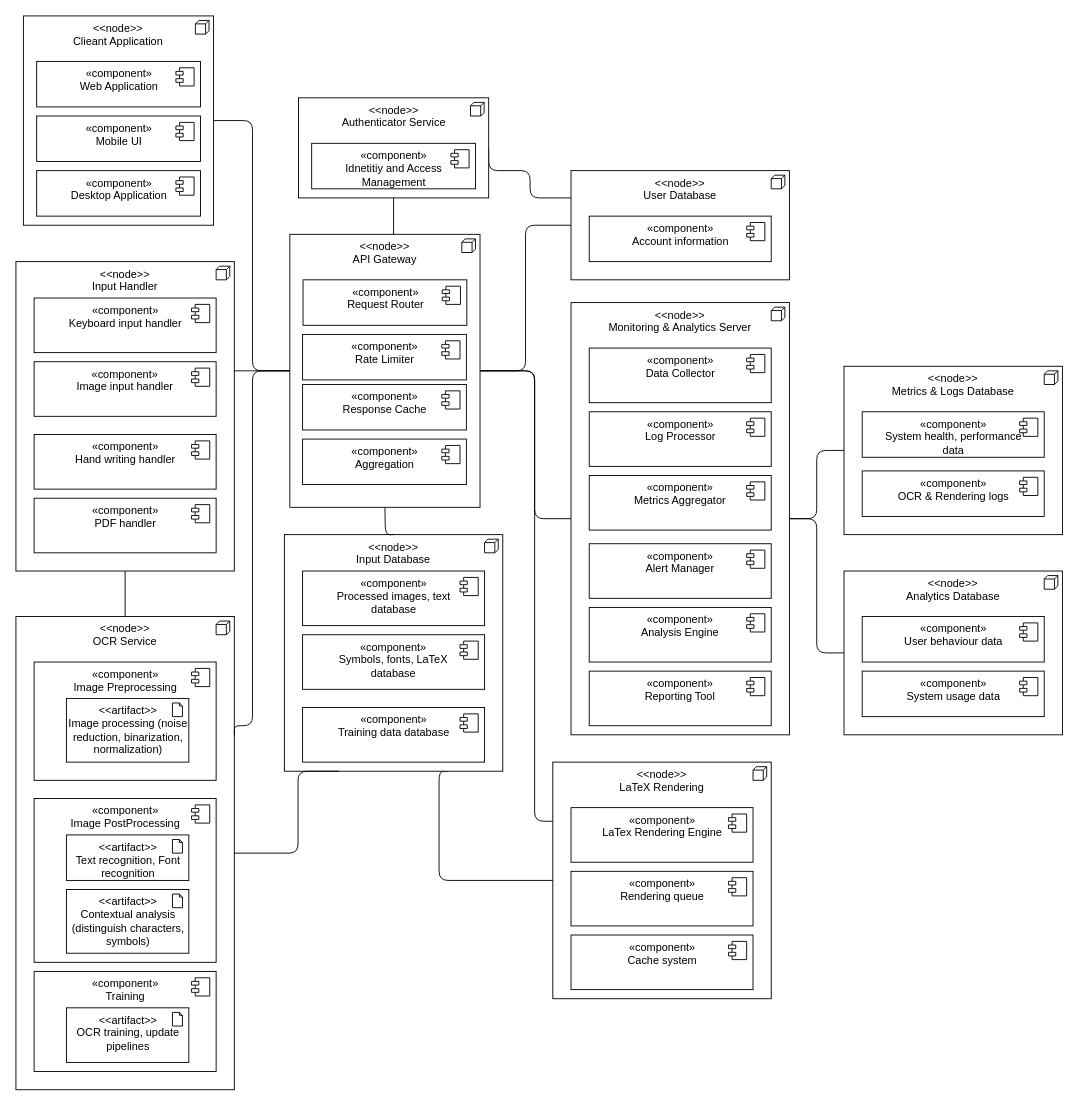
Earlier version of the draw.io diagram lecture_materials/lab_assignment_1/can/deployment_diagram.drawio (aleCombi/SoftwareArchitecture). Source tidied: cells renumbered, new cells numbered last; positions are measured from the earlier drawing's top-left corner, leaving out a move shared by most shapes. Both pictures are drawn from the tidied source at 91%, with x=0, y=0 at pixel (15, 15).
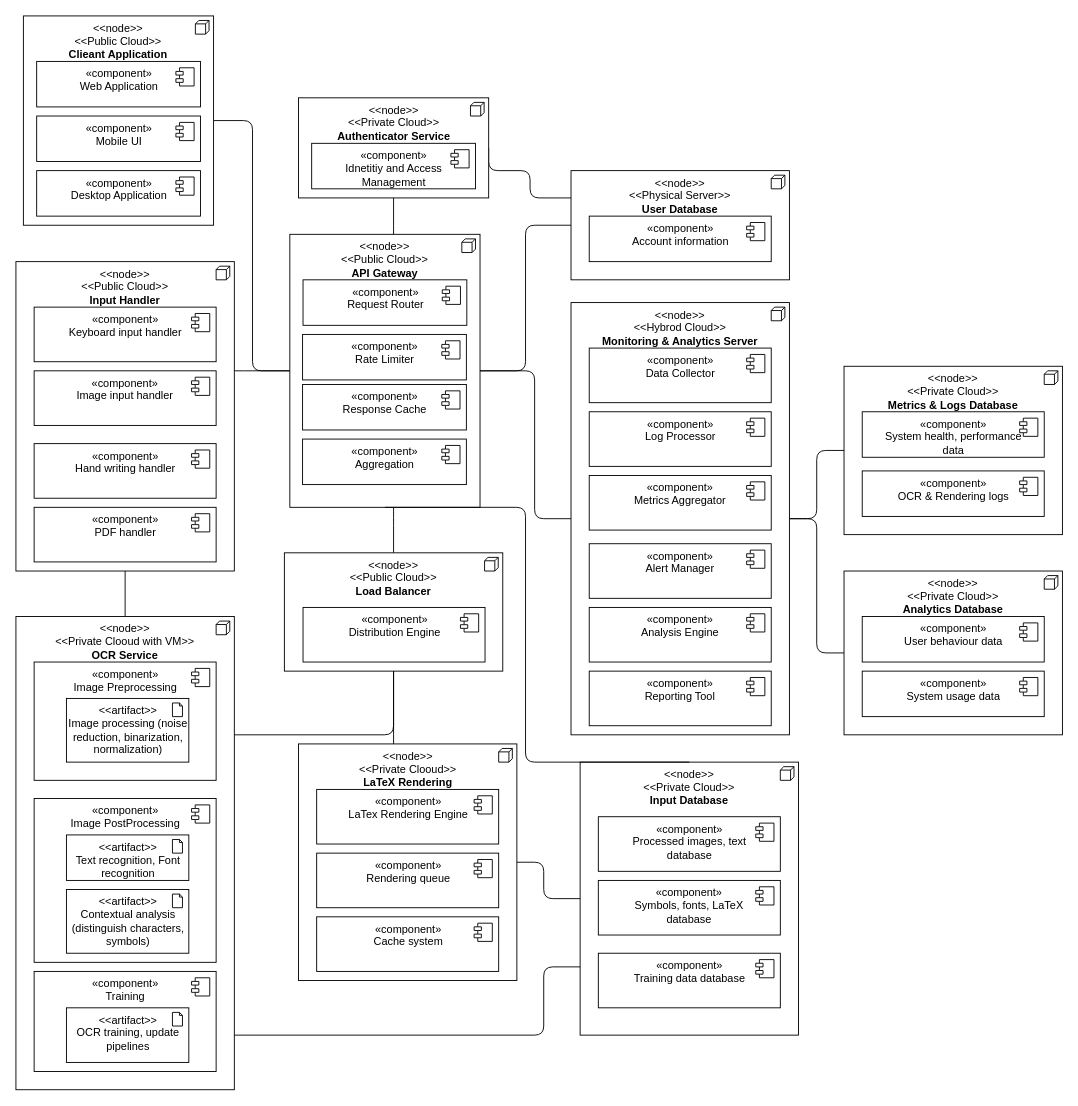
The same page after the edit.

Commit message (it also covers changes not shown here):
Updated lab assignment - diagrams (checkpoint)

Diff of the diagram source:
```diff
@@
-    <mxCell id="3" value="&amp;lt;&amp;lt;node&amp;gt;&amp;gt;&lt;br&gt;Clieant Application" style="html=1;outlineConnect=0;whiteSpace=wrap;shape=mxgraph.archimate.application;appType=node;align=center;verticalAlign=top;" parent="1" vertex="1">
+    <mxCell id="3" value="&amp;lt;&amp;lt;node&amp;gt;&amp;gt;&lt;br&gt;&amp;lt;&amp;lt;Public Cloud&amp;gt;&amp;gt;&lt;br&gt;&lt;b&gt;Clieant Application&lt;/b&gt;" style="html=1;outlineConnect=0;whiteSpace=wrap;shape=mxgraph.archimate.application;appType=node;align=center;verticalAlign=top;" parent="1" vertex="1">
       <mxGeometry x="8.2" width="209" height="230" as="geometry" />
     </mxCell>
@@
-    <mxCell id="8" value="&amp;lt;&amp;lt;node&amp;gt;&amp;gt;&lt;br&gt;OCR Service" style="html=1;outlineConnect=0;whiteSpace=wrap;shape=mxgraph.archimate.application;appType=node;align=center;verticalAlign=top;" parent="1" vertex="1">
+    <mxCell id="8" value="&amp;lt;&amp;lt;node&amp;gt;&amp;gt;&lt;br&gt;&amp;lt;&amp;lt;Private Clooud with VM&amp;gt;&amp;gt;&lt;br&gt;&lt;b&gt;OCR Service&lt;/b&gt;" style="html=1;outlineConnect=0;whiteSpace=wrap;shape=mxgraph.archimate.application;appType=node;align=center;verticalAlign=top;" parent="1" vertex="1">
       <mxGeometry y="660" width="240" height="520" as="geometry" />
     </mxCell>
@@
-    <mxCell id="13" style="edgeStyle=orthogonalEdgeStyle;html=1;exitX=0;exitY=0.5;exitDx=0;exitDy=0;exitPerimeter=0;endArrow=none;endFill=0;entryX=1;entryY=0.25;entryDx=0;entryDy=0;entryPerimeter=0;" parent="1" edge="1" source="15" target="8">
-      <mxGeometry relative="1" as="geometry">
-        <Array as="points">
-          <mxPoint x="260" y="390" />
-          <mxPoint x="260" y="780" />
-          <mxPoint x="240" y="780" />
-        </Array>
-      </mxGeometry>
-    </mxCell>
-    <mxCell id="14" style="edgeStyle=orthogonalEdgeStyle;html=1;entryX=0;entryY=0.25;entryDx=0;entryDy=0;entryPerimeter=0;endArrow=none;endFill=0;" parent="1" edge="1" source="15" target="32">
-      <mxGeometry relative="1" as="geometry">
-        <Array as="points">
-          <mxPoint x="570" y="390" />
-          <mxPoint x="570" y="885" />
-        </Array>
-      </mxGeometry>
-    </mxCell>
+    <mxCell id="95" style="edgeStyle=orthogonalEdgeStyle;html=1;endArrow=none;endFill=0;" parent="1" edge="1" source="15" target="97">
+      <mxGeometry relative="1" as="geometry">
+        <Array as="points">
+          <mxPoint x="415" y="550" />
+          <mxPoint x="415" y="550" />
+        </Array>
+      </mxGeometry>
+    </mxCell>
-    <mxCell id="15" value="&amp;lt;&amp;lt;node&amp;gt;&amp;gt;&lt;br&gt;API Gateway" style="html=1;outlineConnect=0;whiteSpace=wrap;shape=mxgraph.archimate.application;appType=node;align=center;verticalAlign=top;" parent="1" vertex="1">
+    <mxCell id="15" value="&amp;lt;&amp;lt;node&amp;gt;&amp;gt;&lt;br&gt;&amp;lt;&amp;lt;Public Cloud&amp;gt;&amp;gt;&lt;br&gt;&lt;b&gt;API Gateway&lt;/b&gt;" style="html=1;outlineConnect=0;whiteSpace=wrap;shape=mxgraph.archimate.application;appType=node;align=center;verticalAlign=top;" parent="1" vertex="1">
       <mxGeometry x="301" y="240" width="209" height="300" as="geometry" />
     </mxCell>
@@
-    <mxCell id="32" value="&amp;lt;&amp;lt;node&amp;gt;&amp;gt;&lt;br&gt;LaTeX Rendering" style="html=1;outlineConnect=0;whiteSpace=wrap;shape=mxgraph.archimate.application;appType=node;align=center;verticalAlign=top;" parent="1" vertex="1">
-      <mxGeometry x="590" y="820" width="240" height="260" as="geometry" />
+    <mxCell id="32" value="&amp;lt;&amp;lt;node&amp;gt;&amp;gt;&lt;br&gt;&amp;lt;&amp;lt;Private Clooud&amp;gt;&amp;gt;&lt;br style=&quot;border-color: var(--border-color);&quot;&gt;&lt;b&gt;LaTeX Rendering&lt;/b&gt;" style="html=1;outlineConnect=0;whiteSpace=wrap;shape=mxgraph.archimate.application;appType=node;align=center;verticalAlign=top;" parent="1" vertex="1">
+      <mxGeometry x="310.5" y="800" width="240" height="260" as="geometry" />
     </mxCell>
     <mxCell id="33" value="«c&lt;span style=&quot;border-color: var(--border-color);&quot;&gt;omponent&lt;/span&gt;»&lt;br&gt;LaTex Rendering Engine" style="html=1;verticalAlign=top;" parent="1" vertex="1">
-      <mxGeometry x="610" y="870" width="200" height="60" as="geometry" />
+      <mxGeometry x="330.5" y="850" width="200" height="60" as="geometry" />
     </mxCell>
@@
     <mxCell id="35" value="«c&lt;span style=&quot;border-color: var(--border-color);&quot;&gt;omponent&lt;/span&gt;»&lt;br&gt;Rendering queue" style="html=1;verticalAlign=top;" parent="1" vertex="1">
-      <mxGeometry x="610" y="940" width="200" height="60" as="geometry" />
+      <mxGeometry x="330.5" y="920" width="200" height="60" as="geometry" />
     </mxCell>
@@
     <mxCell id="37" value="«c&lt;span style=&quot;border-color: var(--border-color);&quot;&gt;omponent&lt;/span&gt;»&lt;br&gt;Cache system" style="html=1;verticalAlign=top;" parent="1" vertex="1">
-      <mxGeometry x="610" y="1010" width="200" height="60" as="geometry" />
+      <mxGeometry x="330.5" y="990" width="200" height="60" as="geometry" />
     </mxCell>
@@
-    <mxCell id="40" value="&amp;lt;&amp;lt;node&amp;gt;&amp;gt;&lt;br&gt;User Database" style="html=1;outlineConnect=0;whiteSpace=wrap;shape=mxgraph.archimate.application;appType=node;align=center;verticalAlign=top;" parent="1" vertex="1">
+    <mxCell id="40" value="&amp;lt;&amp;lt;node&amp;gt;&amp;gt;&lt;br&gt;&amp;lt;&amp;lt;Physical Server&amp;gt;&amp;gt;&lt;br style=&quot;border-color: var(--border-color);&quot;&gt;&lt;b&gt;User Database&lt;/b&gt;" style="html=1;outlineConnect=0;whiteSpace=wrap;shape=mxgraph.archimate.application;appType=node;align=center;verticalAlign=top;" parent="1" vertex="1">
       <mxGeometry x="610" y="170" width="240" height="120" as="geometry" />
     </mxCell>
@@
-    <mxCell id="43" style="edgeStyle=orthogonalEdgeStyle;html=1;endArrow=none;endFill=0;entryX=0;entryY=0.5;entryDx=0;entryDy=0;entryPerimeter=0;exitX=0.75;exitY=1;exitDx=0;exitDy=0;exitPerimeter=0;" parent="1" edge="1" source="44" target="32">
-      <mxGeometry relative="1" as="geometry">
-        <Array as="points">
-          <mxPoint x="465" y="950" />
-        </Array>
-      </mxGeometry>
-    </mxCell>
-    <mxCell id="44" value="&amp;lt;&amp;lt;node&amp;gt;&amp;gt;&lt;br&gt;Input Database" style="html=1;outlineConnect=0;whiteSpace=wrap;shape=mxgraph.archimate.application;appType=node;align=center;verticalAlign=top;" parent="1" vertex="1">
-      <mxGeometry x="295" y="570" width="240" height="260" as="geometry" />
+    <mxCell id="44" value="&amp;lt;&amp;lt;node&amp;gt;&amp;gt;&lt;br&gt;&amp;lt;&amp;lt;Private Cloud&amp;gt;&amp;gt;&lt;br&gt;&lt;b&gt;Input Database&lt;/b&gt;" style="html=1;outlineConnect=0;whiteSpace=wrap;shape=mxgraph.archimate.application;appType=node;align=center;verticalAlign=top;" parent="1" vertex="1">
+      <mxGeometry x="620" y="820" width="240" height="300" as="geometry" />
     </mxCell>
     <mxCell id="45" value="«c&lt;span style=&quot;border-color: var(--border-color);&quot;&gt;omponent&lt;/span&gt;»&lt;br&gt;Processed images, text &lt;br&gt;database" style="html=1;verticalAlign=top;" parent="1" vertex="1">
-      <mxGeometry x="315" y="610" width="200" height="60" as="geometry" />
+      <mxGeometry x="640" y="880" width="200" height="60" as="geometry" />
     </mxCell>
@@
     <mxCell id="47" value="«c&lt;span style=&quot;border-color: var(--border-color);&quot;&gt;omponent&lt;/span&gt;»&lt;br&gt;Training data database" style="html=1;verticalAlign=top;" parent="1" vertex="1">
-      <mxGeometry x="315" y="760" width="200" height="60" as="geometry" />
+      <mxGeometry x="640" y="1030" width="200" height="60" as="geometry" />
     </mxCell>
@@
     <mxCell id="49" value="«c&lt;span style=&quot;border-color: var(--border-color);&quot;&gt;omponent&lt;/span&gt;»&lt;br&gt;Symbols, fonts, LaTeX &lt;br&gt;database" style="html=1;verticalAlign=top;whiteSpace=wrap;" parent="1" vertex="1">
-      <mxGeometry x="315" y="680" width="200" height="60" as="geometry" />
+      <mxGeometry x="640" y="950" width="200" height="60" as="geometry" />
     </mxCell>
@@
     <mxCell id="51" style="edgeStyle=elbowEdgeStyle;html=1;entryX=0.5;entryY=0;entryDx=0;entryDy=0;entryPerimeter=0;endArrow=none;endFill=0;exitX=0.5;exitY=1;exitDx=0;exitDy=0;exitPerimeter=0;" parent="1" edge="1" source="15" target="44">
       <mxGeometry relative="1" as="geometry">
         <Array as="points">
+          <mxPoint x="560" y="560" />
+          <mxPoint x="570" y="780" />
+          <mxPoint x="560" y="820" />
+          <mxPoint x="650" y="840" />
+          <mxPoint x="570" y="840" />
           <mxPoint x="406" y="710" />
           <mxPoint x="450" y="730" />
           <mxPoint x="348" y="750" />
           <mxPoint x="488" y="700" />
           <mxPoint x="418" y="680" />
         </Array>
       </mxGeometry>
     </mxCell>
-    <mxCell id="52" style="edgeStyle=elbowEdgeStyle;html=1;entryX=0.25;entryY=1;entryDx=0;entryDy=0;entryPerimeter=0;endArrow=none;endFill=0;exitX=1;exitY=0.5;exitDx=0;exitDy=0;exitPerimeter=0;" parent="1" edge="1" source="8" target="44">
+    <mxCell id="52" style="edgeStyle=elbowEdgeStyle;html=1;entryX=0;entryY=0.75;entryDx=0;entryDy=0;entryPerimeter=0;endArrow=none;endFill=0;" parent="1" edge="1" source="8" target="44">
       <mxGeometry relative="1" as="geometry">
         <Array as="points">
+          <mxPoint x="580" y="1120" />
+          <mxPoint x="570" y="1120" />
+          <mxPoint x="570" y="1150" />
+          <mxPoint x="540" y="1130" />
+          <mxPoint x="450" y="1170" />
+          <mxPoint x="650" y="1360" />
           <mxPoint x="310" y="930" />
           <mxPoint x="260" y="880" />
           <mxPoint x="240" y="710" />
           <mxPoint x="416" y="720" />
           <mxPoint x="460" y="740" />
           <mxPoint x="358" y="760" />
           <mxPoint x="498" y="710" />
           <mxPoint x="428" y="690" />
         </Array>
       </mxGeometry>
     </mxCell>
@@
-    <mxCell id="54" value="&amp;lt;&amp;lt;node&amp;gt;&amp;gt;&lt;br&gt;Authenticator Service" style="html=1;outlineConnect=0;whiteSpace=wrap;shape=mxgraph.archimate.application;appType=node;align=center;verticalAlign=top;" parent="1" vertex="1">
+    <mxCell id="54" value="&amp;lt;&amp;lt;node&amp;gt;&amp;gt;&lt;br&gt;&amp;lt;&amp;lt;Private Cloud&amp;gt;&amp;gt;&lt;br&gt;&lt;b&gt;Authenticator Service&lt;/b&gt;" style="html=1;outlineConnect=0;whiteSpace=wrap;shape=mxgraph.archimate.application;appType=node;align=center;verticalAlign=top;" parent="1" vertex="1">
       <mxGeometry x="310.5" y="90" width="209" height="110" as="geometry" />
     </mxCell>
@@
-    <mxCell id="59" value="&amp;lt;&amp;lt;node&amp;gt;&amp;gt;&lt;br&gt;Metrics &amp;amp; Logs Database" style="html=1;outlineConnect=0;whiteSpace=wrap;shape=mxgraph.archimate.application;appType=node;align=center;verticalAlign=top;" parent="1" vertex="1">
+    <mxCell id="59" value="&amp;lt;&amp;lt;node&amp;gt;&amp;gt;&lt;br&gt;&amp;lt;&amp;lt;Private Cloud&amp;gt;&amp;gt;&lt;br&gt;&lt;b&gt;Metrics &amp;amp; Logs Database&lt;/b&gt;" style="html=1;outlineConnect=0;whiteSpace=wrap;shape=mxgraph.archimate.application;appType=node;align=center;verticalAlign=top;" parent="1" vertex="1">
       <mxGeometry x="910" y="385" width="240" height="185" as="geometry" />
     </mxCell>
@@
-    <mxCell id="63" value="&amp;lt;&amp;lt;node&amp;gt;&amp;gt;&lt;br&gt;Monitoring &amp;amp; Analytics Server" style="html=1;outlineConnect=0;whiteSpace=wrap;shape=mxgraph.archimate.application;appType=node;align=center;verticalAlign=top;" parent="1" vertex="1">
+    <mxCell id="63" value="&amp;lt;&amp;lt;node&amp;gt;&amp;gt;&lt;br&gt;&amp;lt;&amp;lt;Hybrod Cloud&amp;gt;&amp;gt;&lt;br&gt;&lt;b&gt;Monitoring &amp;amp; Analytics Server&lt;/b&gt;" style="html=1;outlineConnect=0;whiteSpace=wrap;shape=mxgraph.archimate.application;appType=node;align=center;verticalAlign=top;" parent="1" vertex="1">
       <mxGeometry x="610" y="315" width="240" height="475" as="geometry" />
     </mxCell>
@@
-    <mxCell id="77" value="&amp;lt;&amp;lt;node&amp;gt;&amp;gt;&lt;br&gt;Analytics Database" style="html=1;outlineConnect=0;whiteSpace=wrap;shape=mxgraph.archimate.application;appType=node;align=center;verticalAlign=top;" parent="1" vertex="1">
+    <mxCell id="77" value="&amp;lt;&amp;lt;node&amp;gt;&amp;gt;&lt;br&gt;&amp;lt;&amp;lt;Private Cloud&amp;gt;&amp;gt;&lt;br style=&quot;border-color: var(--border-color);&quot;&gt;&lt;b&gt;Analytics Database&lt;/b&gt;" style="html=1;outlineConnect=0;whiteSpace=wrap;shape=mxgraph.archimate.application;appType=node;align=center;verticalAlign=top;" parent="1" vertex="1">
       <mxGeometry x="910" y="610" width="240" height="180" as="geometry" />
     </mxCell>
@@
-    <mxCell id="86" value="&amp;lt;&amp;lt;node&amp;gt;&amp;gt;&lt;br&gt;Input Handler" style="html=1;outlineConnect=0;whiteSpace=wrap;shape=mxgraph.archimate.application;appType=node;align=center;verticalAlign=top;" parent="1" vertex="1">
+    <mxCell id="86" value="&amp;lt;&amp;lt;node&amp;gt;&amp;gt;&lt;br&gt;&amp;lt;&amp;lt;Public Cloud&amp;gt;&amp;gt;&lt;br&gt;&lt;b&gt;Input Handler&lt;/b&gt;" style="html=1;outlineConnect=0;whiteSpace=wrap;shape=mxgraph.archimate.application;appType=node;align=center;verticalAlign=top;" parent="1" vertex="1">
       <mxGeometry y="270" width="240" height="340" as="geometry" />
     </mxCell>
     <mxCell id="87" value="«c&lt;span style=&quot;border-color: var(--border-color);&quot;&gt;omponent&lt;/span&gt;»&lt;br&gt;Keyboard input handler" style="html=1;verticalAlign=top;" parent="1" vertex="1">
-      <mxGeometry x="20" y="310" width="200" height="60" as="geometry" />
+      <mxGeometry x="20" y="320" width="200" height="60" as="geometry" />
     </mxCell>
@@
     <mxCell id="89" value="«c&lt;span style=&quot;border-color: var(--border-color);&quot;&gt;omponent&lt;/span&gt;»&lt;br&gt;Hand writing handler" style="html=1;verticalAlign=top;" parent="1" vertex="1">
-      <mxGeometry x="20" y="460" width="200" height="60" as="geometry" />
+      <mxGeometry x="20" y="470" width="200" height="60" as="geometry" />
     </mxCell>
@@
     <mxCell id="91" value="«c&lt;span style=&quot;border-color: var(--border-color);&quot;&gt;omponent&lt;/span&gt;»&lt;br&gt;Image input handler" style="html=1;verticalAlign=top;whiteSpace=wrap;" parent="1" vertex="1">
-      <mxGeometry x="20" y="380" width="200" height="60" as="geometry" />
+      <mxGeometry x="20" y="390" width="200" height="60" as="geometry" />
     </mxCell>
@@
     <mxCell id="93" value="«c&lt;span style=&quot;border-color: var(--border-color);&quot;&gt;omponent&lt;/span&gt;»&lt;br&gt;PDF handler" style="html=1;verticalAlign=top;" parent="1" vertex="1">
-      <mxGeometry x="20" y="530" width="200" height="60" as="geometry" />
+      <mxGeometry x="20" y="540" width="200" height="60" as="geometry" />
     </mxCell>
@@
+    <mxCell id="96" style="edgeStyle=elbowEdgeStyle;html=1;entryX=0;entryY=0.5;entryDx=0;entryDy=0;entryPerimeter=0;endArrow=none;endFill=0;exitX=1;exitY=0.5;exitDx=0;exitDy=0;exitPerimeter=0;" parent="1" edge="1" source="32" target="44">
+      <mxGeometry relative="1" as="geometry">
+        <Array as="points">
+          <mxPoint x="580" y="1010" />
+          <mxPoint x="620" y="1250" />
+          <mxPoint x="320" y="940" />
+          <mxPoint x="270" y="890" />
+          <mxPoint x="250" y="720" />
+          <mxPoint x="426" y="730" />
+          <mxPoint x="470" y="750" />
+          <mxPoint x="368" y="770" />
+          <mxPoint x="508" y="720" />
+          <mxPoint x="438" y="700" />
+        </Array>
+      </mxGeometry>
+    </mxCell>
+    <mxCell id="97" value="&amp;lt;&amp;lt;node&amp;gt;&amp;gt;&lt;br&gt;&amp;lt;&amp;lt;Public Cloud&amp;gt;&amp;gt;&lt;br style=&quot;border-color: var(--border-color);&quot;&gt;&lt;b&gt;Load Balancer&lt;/b&gt;" style="html=1;outlineConnect=0;whiteSpace=wrap;shape=mxgraph.archimate.application;appType=node;align=center;verticalAlign=top;" parent="1" vertex="1">
+      <mxGeometry x="295" y="590" width="240" height="130" as="geometry" />
+    </mxCell>
+    <mxCell id="98" value="«c&lt;span style=&quot;border-color: var(--border-color);&quot;&gt;omponent&lt;/span&gt;»&lt;br&gt;Distribution Engine" style="html=1;verticalAlign=top;" parent="1" vertex="1">
+      <mxGeometry x="315.5" y="650" width="200" height="60" as="geometry" />
+    </mxCell>
+    <mxCell id="99" style="shape=module;jettyWidth=8;jettyHeight=4;" parent="98" vertex="1">
+      <mxGeometry x="1" width="20" height="20" relative="1" as="geometry">
+        <mxPoint x="-27" y="7" as="offset" />
+      </mxGeometry>
+    </mxCell>
+    <mxCell id="100" style="edgeStyle=orthogonalEdgeStyle;html=1;endArrow=none;endFill=0;exitX=0.5;exitY=1;exitDx=0;exitDy=0;exitPerimeter=0;" parent="1" edge="1" source="97" target="32">
+      <mxGeometry relative="1" as="geometry">
+        <Array as="points">
+          <mxPoint x="415" y="780" />
+          <mxPoint x="415" y="780" />
+        </Array>
+      </mxGeometry>
+    </mxCell>
+    <mxCell id="101" style="edgeStyle=orthogonalEdgeStyle;html=1;endArrow=none;endFill=0;exitX=0.5;exitY=1;exitDx=0;exitDy=0;exitPerimeter=0;entryX=1;entryY=0.25;entryDx=0;entryDy=0;entryPerimeter=0;" parent="1" edge="1" source="97" target="8">
+      <mxGeometry relative="1" as="geometry" />
+    </mxCell>
```
